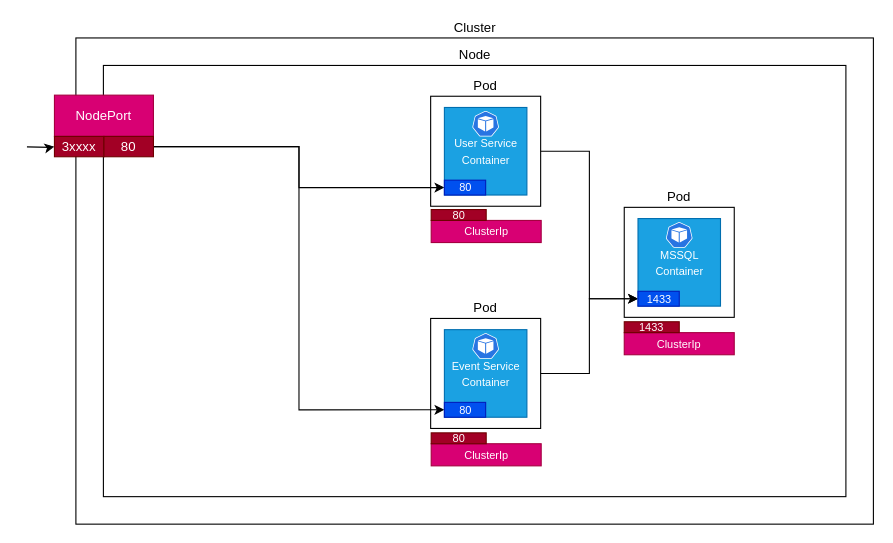
This is ServiceArchitecture.drawio from Hangbuddy/hb-k8s, a draw.io file, before an edit. Source tidied: cells renumbered, new cells numbered last; positions are measured from the earlier drawing's top-left corner, leaving out a move shared by most shapes. Both pictures are drawn from the tidied source at 110%, with x=0, y=0 at pixel (26, 37).
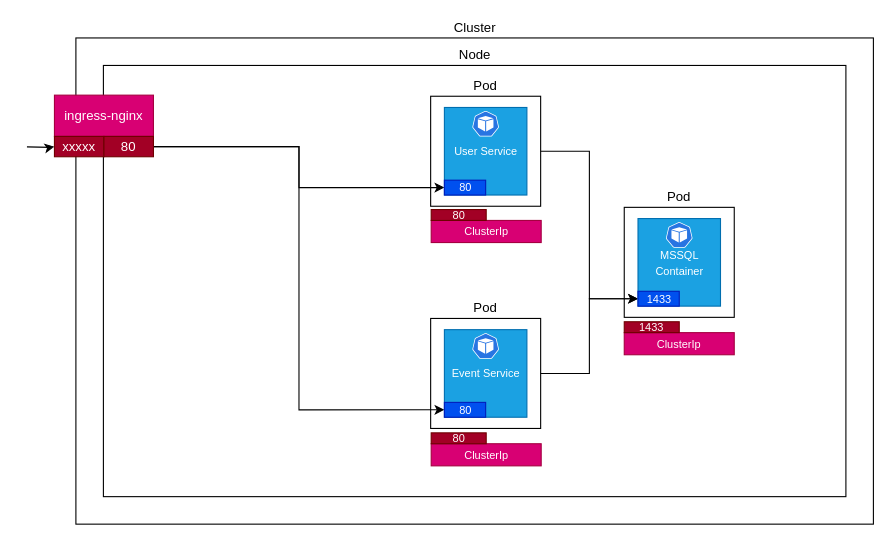
The same page after the edit.

The change refers to these unchanged cells:
```xml
<mxCell id="30" style="group;" parent="29" vertex="1">
  <mxGeometry width="100" height="100" as="geometry" />
</mxCell>
<mxCell id="35" style="group;" parent="29" vertex="1">
  <mxGeometry y="202" width="100" height="100" as="geometry" />
</mxCell>
```

Diff of the diagram source:
```diff
@@
-    <mxCell id="4" value="NodePort" style="rounded=0;whiteSpace=wrap;html=1;fillColor=#d80073;strokeColor=#A50040;fontColor=#ffffff;" parent="1" vertex="1">
+    <mxCell id="4" value="ingress-nginx" style="rounded=0;whiteSpace=wrap;html=1;fillColor=#d80073;strokeColor=#A50040;fontColor=#ffffff;" parent="1" vertex="1">
       <mxGeometry x="25" y="52" width="90" height="37.5" as="geometry" />
     </mxCell>
@@
-    <mxCell id="6" value="3xxxx" style="rounded=0;whiteSpace=wrap;html=1;fillColor=#a20025;fontColor=#ffffff;strokeColor=#6F0000;" parent="1" vertex="1">
+    <mxCell id="6" value="xxxxx" style="rounded=0;whiteSpace=wrap;html=1;fillColor=#a20025;fontColor=#ffffff;strokeColor=#6F0000;" parent="1" vertex="1">
       <mxGeometry x="25" y="89.5" width="45" height="18.5" as="geometry" />
     </mxCell>
@@
-    <mxCell id="32" value="&lt;font style=&quot;font-size: 10px&quot;&gt;User Service&lt;br&gt;Container&lt;/font&gt;" style="rounded=0;whiteSpace=wrap;html=1;fillColor=#1ba1e2;labelPosition=center;verticalLabelPosition=middle;align=center;verticalAlign=middle;fontColor=#ffffff;strokeColor=#006EAF;" parent="30" vertex="1">
+    <mxCell id="32" value="&lt;font style=&quot;font-size: 10px&quot;&gt;User Service&lt;br&gt;&lt;/font&gt;" style="rounded=0;whiteSpace=wrap;html=1;fillColor=#1ba1e2;labelPosition=center;verticalLabelPosition=middle;align=center;verticalAlign=middle;fontColor=#ffffff;strokeColor=#006EAF;" parent="30" vertex="1">
       <mxGeometry x="12.5" y="10.2" width="75" height="79.6" as="geometry" />
     </mxCell>
@@
-    <mxCell id="37" value="&lt;font style=&quot;font-size: 10px&quot;&gt;Event Service&lt;br&gt;Container&lt;/font&gt;" style="rounded=0;whiteSpace=wrap;html=1;fillColor=#1ba1e2;labelPosition=center;verticalLabelPosition=middle;align=center;verticalAlign=middle;fontColor=#ffffff;strokeColor=#006EAF;" parent="35" vertex="1">
+    <mxCell id="37" value="&lt;font style=&quot;font-size: 10px&quot;&gt;Event Service&lt;br&gt;&lt;/font&gt;" style="rounded=0;whiteSpace=wrap;html=1;fillColor=#1ba1e2;labelPosition=center;verticalLabelPosition=middle;align=center;verticalAlign=middle;fontColor=#ffffff;strokeColor=#006EAF;" parent="35" vertex="1">
       <mxGeometry x="12.5" y="10.2" width="75" height="79.6" as="geometry" />
     </mxCell>
```
